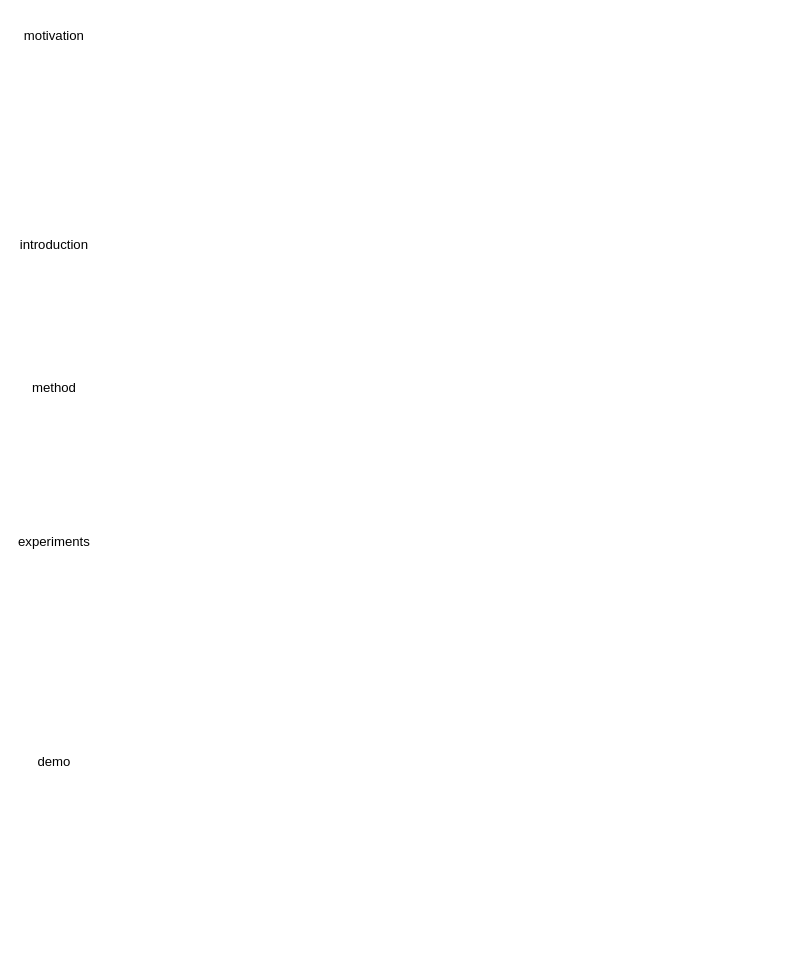
Before: gs3d.drawio in wangdayan/HuffmanTree, a draw.io diagram. Source tidied: cells renumbered, new cells numbered last; positions are measured from the earlier drawing's top-left corner, leaving out a move shared by most shapes. Both pictures are drawn from the tidied source at 110%, with x=0, y=0 at pixel (21, 19).
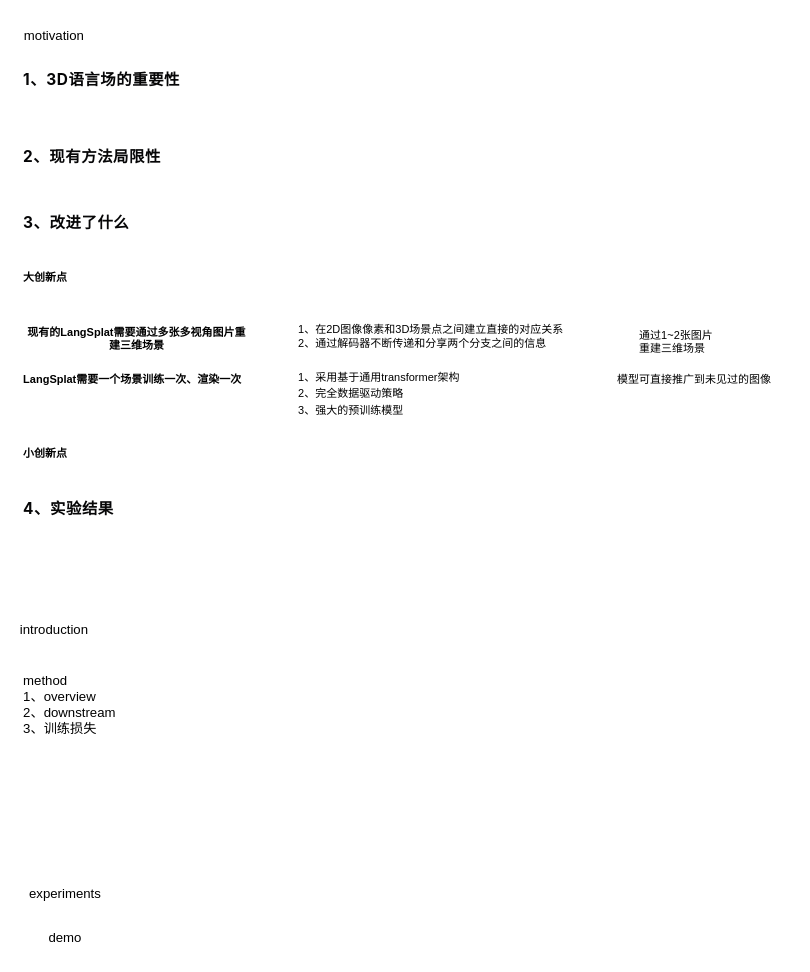
The same diagram, later.

What changed in the source:
```diff
@@
 <mxGraphModel>
   <root>
     <mxCell id="0" />
     <mxCell id="1" parent="0" />
     <mxCell id="2" value="motivation" style="text;strokeColor=none;align=center;fillColor=none;html=1;verticalAlign=middle;whiteSpace=wrap;rounded=0;" parent="1" vertex="1">
       <mxGeometry width="60" height="30" as="geometry" />
     </mxCell>
     <mxCell id="3" value="introduction" style="text;strokeColor=none;align=center;fillColor=none;html=1;verticalAlign=middle;whiteSpace=wrap;rounded=0;" parent="1" vertex="1">
-      <mxGeometry y="190" width="60" height="30" as="geometry" />
+      <mxGeometry y="540" width="60" height="30" as="geometry" />
     </mxCell>
-    <mxCell id="4" value="method" style="text;strokeColor=none;align=center;fillColor=none;html=1;verticalAlign=middle;whiteSpace=wrap;rounded=0;" parent="1" vertex="1">
-      <mxGeometry y="320" width="60" height="30" as="geometry" />
+    <mxCell id="4" value="&lt;div style=&quot;&quot;&gt;&lt;span style=&quot;background-color: initial;&quot;&gt;method&lt;/span&gt;&lt;/div&gt;&lt;div&gt;1、overview&lt;/div&gt;&lt;div&gt;2、downstream&lt;/div&gt;&lt;div&gt;3、训练损失&lt;/div&gt;" style="text;strokeColor=none;align=left;fillColor=none;html=1;verticalAlign=middle;whiteSpace=wrap;rounded=0;" parent="1" vertex="1">
+      <mxGeometry y="575" width="660" height="95" as="geometry" />
     </mxCell>
     <mxCell id="5" value="experiments" style="text;strokeColor=none;align=center;fillColor=none;html=1;verticalAlign=middle;whiteSpace=wrap;rounded=0;" parent="1" vertex="1">
-      <mxGeometry y="460" width="60" height="30" as="geometry" />
+      <mxGeometry x="10" y="780" width="60" height="30" as="geometry" />
     </mxCell>
     <mxCell id="6" value="demo" style="text;strokeColor=none;align=center;fillColor=none;html=1;verticalAlign=middle;whiteSpace=wrap;rounded=0;" parent="1" vertex="1">
-      <mxGeometry y="660" width="60" height="30" as="geometry" />
+      <mxGeometry x="10" y="820" width="60" height="30" as="geometry" />
     </mxCell>
+    <mxCell id="7" value="&lt;p style=&quot;margin-top: 0pt; margin-bottom: 0pt; margin-left: 0in; direction: ltr; unicode-bidi: embed; vertical-align: middle; word-break: normal; font-size: 10px;&quot;&gt;&lt;span style=&quot;font-family: 微软雅黑; font-weight: bold;&quot;&gt;现有的&lt;/span&gt;&lt;span style=&quot;font-family: Arial; font-weight: bold;&quot;&gt;LangSplat&lt;/span&gt;&lt;span style=&quot;font-family: 微软雅黑; font-weight: bold;&quot;&gt;需要通过多张&lt;/span&gt;&lt;span style=&quot;font-family: 微软雅黑; font-weight: bold;&quot;&gt;多视角图片重建三维场景&lt;/span&gt;&lt;/p&gt;" style="text;strokeColor=none;align=center;fillColor=none;html=1;verticalAlign=middle;whiteSpace=wrap;rounded=0;" parent="1" vertex="1">
+      <mxGeometry y="275" width="210" height="30" as="geometry" />
+    </mxCell>
+    <mxCell id="8" value="&lt;p style=&quot;margin-top: 0pt; margin-bottom: 0pt; margin-left: 0in; text-align: center; direction: ltr; unicode-bidi: embed; vertical-align: middle; word-break: normal; font-size: 10px;&quot;&gt;&lt;span style=&quot;font-size: 10px; font-family: 微软雅黑; color: black; font-weight: bold; font-style: normal;&quot;&gt;LangSplat&lt;/span&gt;&lt;span style=&quot;font-size: 10px; font-family: 微软雅黑; color: black; font-weight: bold; font-style: normal;&quot;&gt;需要一个场景训练一次、渲染一次&lt;/span&gt;&lt;/p&gt;" style="text;whiteSpace=wrap;html=1;fontSize=10;" parent="1" vertex="1">
+      <mxGeometry y="315" width="210" height="30" as="geometry" />
+    </mxCell>
+    <mxCell id="9" value="&lt;p style=&quot;line-height: normal; margin: 0pt 0in; text-indent: 0in; text-align: left; direction: ltr; unicode-bidi: embed; vertical-align: middle; word-break: normal; font-size: 10px;&quot;&gt;&lt;span style=&quot;font-size: 10px; font-family: 微软雅黑; color: black; font-weight: normal; font-style: normal;&quot;&gt;1&lt;/span&gt;&lt;span style=&quot;font-size: 10px; font-family: 微软雅黑; color: black; font-weight: normal; font-style: normal;&quot;&gt;、采用基于通用&lt;/span&gt;&lt;span style=&quot;font-size: 10px; font-family: 微软雅黑; color: black; font-weight: normal; font-style: normal;&quot;&gt;transformer&lt;/span&gt;&lt;span style=&quot;font-size: 10px; font-family: 微软雅黑; color: black; font-weight: normal; font-style: normal;&quot;&gt;架构&lt;/span&gt;&lt;/p&gt;&lt;p style=&quot;line-height: normal; margin: 0pt 0in; text-indent: 0in; text-align: left; direction: ltr; unicode-bidi: embed; vertical-align: middle; word-break: normal; font-size: 10px;&quot;&gt;&lt;span style=&quot;font-size: 10px; font-family: 微软雅黑; color: black; font-weight: normal; font-style: normal;&quot;&gt;2&lt;/span&gt;&lt;span style=&quot;font-size: 10px; font-family: 微软雅黑; color: black; font-weight: normal; font-style: normal;&quot;&gt;、完全数据驱动策略&lt;/span&gt;&lt;/p&gt;&lt;p style=&quot;line-height: normal; margin: 0pt 0in; text-indent: 0in; text-align: left; direction: ltr; unicode-bidi: embed; vertical-align: middle; word-break: normal; font-size: 10px;&quot;&gt;&lt;span style=&quot;font-size: 10px; font-family: 微软雅黑; color: black; font-weight: normal; font-style: normal;&quot;&gt;3&lt;/span&gt;&lt;span style=&quot;font-size: 10px; font-family: 微软雅黑; color: black; font-weight: normal; font-style: normal;&quot;&gt;、强大的预训练模型&lt;/span&gt;&lt;/p&gt;" style="text;whiteSpace=wrap;html=1;fontSize=10;" parent="1" vertex="1">
+      <mxGeometry x="250" y="310" width="180" height="60" as="geometry" />
+    </mxCell>
+    <mxCell id="10" value="&lt;p style=&quot;margin-top: 0pt; margin-bottom: 0pt; margin-left: 0in; text-align: left; direction: ltr; unicode-bidi: embed; vertical-align: middle; word-break: normal; font-size: 10px;&quot;&gt;&lt;span style=&quot;font-size: 10px; font-family: 微软雅黑; color: black; font-weight: normal; font-style: normal;&quot;&gt;模型可直接推广到未见过的图像&lt;/span&gt;&lt;/p&gt;" style="text;whiteSpace=wrap;html=1;fontSize=10;" parent="1" vertex="1">
+      <mxGeometry x="540" y="315" width="160" height="50" as="geometry" />
+    </mxCell>
+    <mxCell id="11" value="&lt;p style=&quot;margin-top: 0pt; margin-bottom: 0pt; margin-left: 0in; direction: ltr; unicode-bidi: embed; vertical-align: middle; word-break: normal; font-size: 10px;&quot;&gt;&lt;font style=&quot;font-size: 10px;&quot;&gt;&lt;span style=&quot;font-family: 微软雅黑; color: black; font-weight: normal; font-style: normal; font-size: 10px;&quot;&gt;1&lt;/span&gt;&lt;span style=&quot;font-family: 微软雅黑; color: black; font-weight: normal; font-style: normal; font-size: 10px;&quot;&gt;、在&lt;/span&gt;&lt;span style=&quot;font-family: 微软雅黑; color: black; font-weight: normal; font-style: normal; font-size: 10px;&quot;&gt;2D&lt;/span&gt;&lt;span style=&quot;font-family: 微软雅黑; color: black; font-weight: normal; font-style: normal; font-size: 10px;&quot;&gt;图像像素和&lt;/span&gt;&lt;span style=&quot;font-family: 微软雅黑; color: black; font-weight: normal; font-style: normal; font-size: 10px;&quot;&gt;3D&lt;/span&gt;&lt;span style=&quot;font-family: 微软雅黑; color: black; font-weight: normal; font-style: normal; font-size: 10px;&quot;&gt;场景点之间建立直接的对应关系&lt;/span&gt;&lt;/font&gt;&lt;/p&gt;&lt;p style=&quot;margin-top: 0pt; margin-bottom: 0pt; margin-left: 0in; direction: ltr; unicode-bidi: embed; vertical-align: middle; word-break: normal; font-size: 10px;&quot;&gt;&lt;font style=&quot;font-size: 10px;&quot;&gt;&lt;span style=&quot;font-family: 微软雅黑; color: black; font-weight: normal; font-style: normal; font-size: 10px;&quot;&gt;2&lt;/span&gt;&lt;span style=&quot;font-family: 微软雅黑; color: black; font-weight: normal; font-style: normal; font-size: 10px;&quot;&gt;、通过解码器不断传递和分享两个分支之间的信息&lt;/span&gt;&lt;/font&gt;&lt;/p&gt;" style="text;whiteSpace=wrap;html=1;fontSize=10;" parent="1" vertex="1">
+      <mxGeometry x="250" y="270" width="330" height="40" as="geometry" />
+    </mxCell>
+    <mxCell id="12" value="&lt;p style=&quot;margin-top: 0pt; margin-bottom: 0pt; margin-left: 0in; text-align: left; direction: ltr; unicode-bidi: embed; vertical-align: middle; word-break: normal; font-size: 10px;&quot;&gt;&lt;span style=&quot;font-size: 10px; font-family: 微软雅黑; color: black; font-weight: normal; font-style: normal;&quot;&gt;通过&lt;/span&gt;&lt;span style=&quot;font-size: 10px; font-family: 微软雅黑; color: black; font-weight: normal; font-style: normal;&quot;&gt;1~2&lt;/span&gt;&lt;span style=&quot;font-size: 10px; font-family: 微软雅黑; color: black; font-weight: normal; font-style: normal;&quot;&gt;张图片&lt;/span&gt;&lt;/p&gt;&lt;p style=&quot;margin-top: 0pt; margin-bottom: 0pt; margin-left: 0in; text-align: left; direction: ltr; unicode-bidi: embed; vertical-align: middle; word-break: normal; font-size: 10px;&quot;&gt;&lt;span style=&quot;font-size: 10px; font-family: 微软雅黑; color: black; font-weight: normal; font-style: normal;&quot;&gt;重建三维场景&lt;/span&gt;&lt;/p&gt;" style="text;whiteSpace=wrap;html=1;fontSize=10;" parent="1" vertex="1">
+      <mxGeometry x="560" y="275" width="80" height="40" as="geometry" />
+    </mxCell>
+    <mxCell id="13" value="&lt;strong style=&quot;box-sizing: inherit; font-weight: 700; color: rgb(6, 6, 7); font-family: -apple-system, blinkmacsystemfont, &amp;quot;Helvetica Neue&amp;quot;, helvetica, &amp;quot;segoe ui&amp;quot;, arial, roboto, &amp;quot;PingFang SC&amp;quot;, miui, &amp;quot;Hiragino Sans GB&amp;quot;, &amp;quot;Microsoft Yahei&amp;quot;, sans-serif; font-size: 14px; font-style: normal; font-variant-ligatures: normal; font-variant-caps: normal; letter-spacing: 0.5px; orphans: 2; text-align: left; text-indent: 0px; text-transform: none; widows: 2; word-spacing: 0px; -webkit-text-stroke-width: 0px; white-space: pre-wrap; background-color: rgb(255, 255, 255); text-decoration-thickness: initial; text-decoration-style: initial; text-decoration-color: initial;&quot;&gt;1、3D语言场的重要性&lt;/strong&gt;" style="text;whiteSpace=wrap;html=1;" parent="1" vertex="1">
+      <mxGeometry y="40" width="150" height="40" as="geometry" />
+    </mxCell>
+    <mxCell id="14" value="&lt;strong style=&quot;box-sizing: inherit; font-weight: 700; color: rgb(6, 6, 7); font-family: -apple-system, blinkmacsystemfont, &amp;quot;Helvetica Neue&amp;quot;, helvetica, &amp;quot;segoe ui&amp;quot;, arial, roboto, &amp;quot;PingFang SC&amp;quot;, miui, &amp;quot;Hiragino Sans GB&amp;quot;, &amp;quot;Microsoft Yahei&amp;quot;, sans-serif; font-size: 14px; font-style: normal; font-variant-ligatures: normal; font-variant-caps: normal; letter-spacing: 0.5px; orphans: 2; text-align: left; text-indent: 0px; text-transform: none; widows: 2; word-spacing: 0px; -webkit-text-stroke-width: 0px; white-space: pre-wrap; background-color: rgb(255, 255, 255); text-decoration-thickness: initial; text-decoration-style: initial; text-decoration-color: initial;&quot;&gt;2、现有方法局限性&lt;/strong&gt;" style="text;whiteSpace=wrap;html=1;" parent="1" vertex="1">
+      <mxGeometry y="110" width="150" height="40" as="geometry" />
+    </mxCell>
+    <mxCell id="15" value="&lt;strong style=&quot;box-sizing: inherit; font-weight: 700; color: rgb(6, 6, 7); font-family: -apple-system, blinkmacsystemfont, &amp;quot;Helvetica Neue&amp;quot;, helvetica, &amp;quot;segoe ui&amp;quot;, arial, roboto, &amp;quot;PingFang SC&amp;quot;, miui, &amp;quot;Hiragino Sans GB&amp;quot;, &amp;quot;Microsoft Yahei&amp;quot;, sans-serif; font-size: 14px; font-style: normal; font-variant-ligatures: normal; font-variant-caps: normal; letter-spacing: 0.5px; orphans: 2; text-align: left; text-indent: 0px; text-transform: none; widows: 2; word-spacing: 0px; -webkit-text-stroke-width: 0px; white-space: pre-wrap; background-color: rgb(255, 255, 255); text-decoration-thickness: initial; text-decoration-style: initial; text-decoration-color: initial;&quot;&gt;3、改进了什么&lt;/strong&gt;" style="text;whiteSpace=wrap;html=1;" parent="1" vertex="1">
+      <mxGeometry y="170" width="150" height="40" as="geometry" />
+    </mxCell>
+    <mxCell id="16" value="&lt;div style=&quot;text-align: center;&quot;&gt;&lt;span style=&quot;background-color: initial; font-size: 10px;&quot;&gt;&lt;font face=&quot;微软雅黑&quot;&gt;&lt;b&gt;大创新点&lt;/b&gt;&lt;/font&gt;&lt;/span&gt;&lt;/div&gt;" style="text;whiteSpace=wrap;html=1;" parent="1" vertex="1">
+      <mxGeometry y="220" width="280" height="40" as="geometry" />
+    </mxCell>
+    <mxCell id="17" value="&lt;div style=&quot;text-align: center;&quot;&gt;&lt;span style=&quot;background-color: initial; font-size: 10px;&quot;&gt;&lt;font face=&quot;微软雅黑&quot;&gt;&lt;b&gt;小创新点&lt;/b&gt;&lt;/font&gt;&lt;/span&gt;&lt;/div&gt;" style="text;whiteSpace=wrap;html=1;" parent="1" vertex="1">
+      <mxGeometry y="380" width="280" height="40" as="geometry" />
+    </mxCell>
+    <mxCell id="18" value="&lt;strong style=&quot;box-sizing: inherit; font-weight: 700; color: rgb(6, 6, 7); font-family: -apple-system, blinkmacsystemfont, &amp;quot;Helvetica Neue&amp;quot;, helvetica, &amp;quot;segoe ui&amp;quot;, arial, roboto, &amp;quot;PingFang SC&amp;quot;, miui, &amp;quot;Hiragino Sans GB&amp;quot;, &amp;quot;Microsoft Yahei&amp;quot;, sans-serif; font-size: 14px; font-style: normal; font-variant-ligatures: normal; font-variant-caps: normal; letter-spacing: 0.5px; orphans: 2; text-align: left; text-indent: 0px; text-transform: none; widows: 2; word-spacing: 0px; -webkit-text-stroke-width: 0px; white-space: pre-wrap; background-color: rgb(255, 255, 255); text-decoration-thickness: initial; text-decoration-style: initial; text-decoration-color: initial;&quot;&gt;4、实验结果&lt;/strong&gt;" style="text;whiteSpace=wrap;html=1;" parent="1" vertex="1">
+      <mxGeometry y="430" width="150" height="40" as="geometry" />
+    </mxCell>
   </root>
 </mxGraphModel>
```
